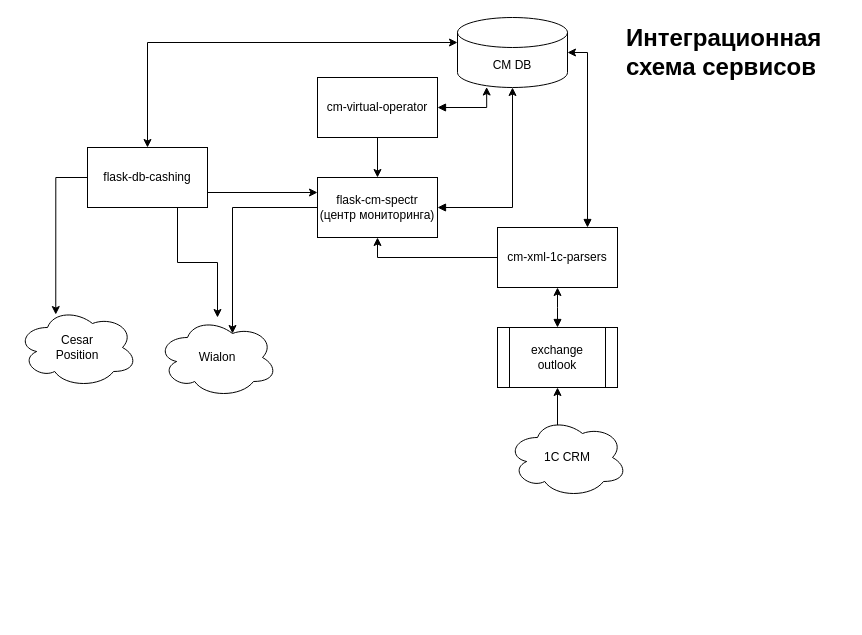
KiraPixel/flask-cm-spectr keeps this draw.io diagram as CM.drawio. Above is the earlier version. Source tidied: cells renumbered, new cells numbered last; positions are measured from the earlier drawing's top-left corner, leaving out a move shared by most shapes. Both pictures are drawn from the tidied source at 100%, with x=0, y=0 at pixel (17, 17).
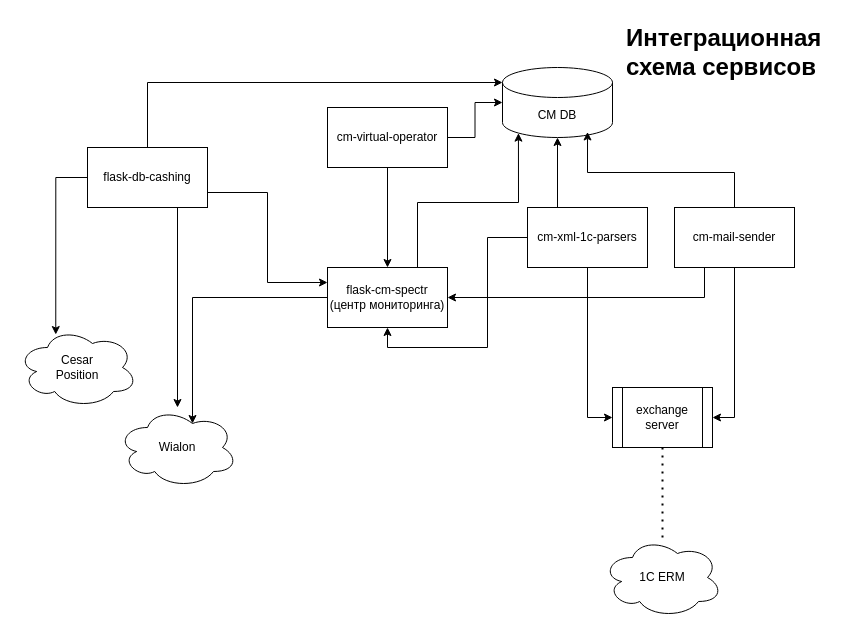
The same diagram, later.

The change refers to these unchanged cells:
```xml
<mxCell id="8" value="flask-db-cashing" style="rounded=0;whiteSpace=wrap;html=1;" parent="1" vertex="1">
  <mxGeometry x="70" y="130" width="120" height="60" as="geometry" />
</mxCell>
```

The edit, as a diff of the source:
```diff
@@
     <mxCell id="2" value="flask-cm-spectr&lt;br&gt;(центр мониторинга)" style="rounded=0;whiteSpace=wrap;html=1;" parent="1" vertex="1">
-      <mxGeometry x="300" y="160" width="120" height="60" as="geometry" />
+      <mxGeometry x="310" y="250" width="120" height="60" as="geometry" />
     </mxCell>
     <mxCell id="3" value="CM DB" style="shape=cylinder3;whiteSpace=wrap;html=1;boundedLbl=1;backgroundOutline=1;size=15;" parent="1" vertex="1">
-      <mxGeometry x="440" width="110" height="70" as="geometry" />
+      <mxGeometry x="485" y="50" width="110" height="70" as="geometry" />
     </mxCell>
@@
     <mxCell id="5" value="cm-virtual-operator" style="rounded=0;whiteSpace=wrap;html=1;" parent="1" vertex="1">
-      <mxGeometry x="300" y="60" width="120" height="60" as="geometry" />
+      <mxGeometry x="310" y="90" width="120" height="60" as="geometry" />
     </mxCell>
@@
+    <mxCell id="17" style="edgeStyle=orthogonalEdgeStyle;rounded=0;jettySize=auto;html=1;exitX=0.25;exitY=0;exitDx=0;exitDy=0;" parent="1" edge="1" source="10" target="3">
+      <mxGeometry relative="1" as="geometry" />
+    </mxCell>
+    <mxCell id="24" style="edgeStyle=orthogonalEdgeStyle;rounded=0;jettySize=auto;html=1;exitX=0.5;exitY=1;exitDx=0;exitDy=0;entryX=0;entryY=0.5;entryDx=0;entryDy=0;" parent="1" edge="1" source="10" target="16">
+      <mxGeometry relative="1" as="geometry" />
+    </mxCell>
     <mxCell id="10" value="cm-xml-1c-parsers" style="rounded=0;whiteSpace=wrap;html=1;" parent="1" vertex="1">
-      <mxGeometry x="480" y="210" width="120" height="60" as="geometry" />
+      <mxGeometry x="510" y="190" width="120" height="60" as="geometry" />
     </mxCell>
     <mxCell id="11" value="Wialon" style="ellipse;shape=cloud;whiteSpace=wrap;html=1;" parent="1" vertex="1">
-      <mxGeometry x="140" y="300" width="120" height="80" as="geometry" />
+      <mxGeometry x="100" y="390" width="120" height="80" as="geometry" />
     </mxCell>
     <mxCell id="12" value="Cesar &lt;br&gt;Position" style="ellipse;shape=cloud;whiteSpace=wrap;html=1;" parent="1" vertex="1">
-      <mxGeometry y="290" width="120" height="80" as="geometry" />
+      <mxGeometry y="310" width="120" height="80" as="geometry" />
     </mxCell>
-    <mxCell id="13" style="edgeStyle=orthogonalEdgeStyle;rounded=0;jettySize=auto;html=1;exitX=0.4;exitY=0.1;exitDx=0;exitDy=0;exitPerimeter=0;entryX=0.5;entryY=1;entryDx=0;entryDy=0;" parent="1" edge="1" source="14" target="16">
-      <mxGeometry relative="1" as="geometry" />
-    </mxCell>
-    <mxCell id="14" value="1C CRM" style="ellipse;shape=cloud;whiteSpace=wrap;html=1;" parent="1" vertex="1">
-      <mxGeometry x="490" y="400" width="120" height="80" as="geometry" />
+    <mxCell id="14" value="1C ERM" style="ellipse;shape=cloud;whiteSpace=wrap;html=1;" parent="1" vertex="1">
+      <mxGeometry x="585" y="520" width="120" height="80" as="geometry" />
     </mxCell>
-    <mxCell id="15" style="edgeStyle=orthogonalEdgeStyle;rounded=0;jettySize=auto;html=1;exitX=0.5;exitY=0;exitDx=0;exitDy=0;entryX=0.5;entryY=1;entryDx=0;entryDy=0;startArrow=block;startFill=1;" parent="1" edge="1" source="16" target="10">
-      <mxGeometry relative="1" as="geometry">
-        <Array as="points">
-          <mxPoint x="540" y="290" />
-          <mxPoint x="540" y="290" />
-        </Array>
-      </mxGeometry>
-    </mxCell>
-    <mxCell id="16" value="exchange outlook" style="shape=process;whiteSpace=wrap;html=1;backgroundOutline=1;" parent="1" vertex="1">
-      <mxGeometry x="480" y="310" width="120" height="60" as="geometry" />
+    <mxCell id="16" value="exchange server" style="shape=process;whiteSpace=wrap;html=1;backgroundOutline=1;" parent="1" vertex="1">
+      <mxGeometry x="595" y="370" width="100" height="60" as="geometry" />
     </mxCell>
-    <mxCell id="17" style="edgeStyle=orthogonalEdgeStyle;rounded=0;jettySize=auto;html=1;exitX=0.75;exitY=0;exitDx=0;exitDy=0;entryX=1;entryY=0.5;entryDx=0;entryDy=0;entryPerimeter=0;startArrow=block;startFill=1;" parent="1" edge="1" source="10" target="3">
-      <mxGeometry relative="1" as="geometry" />
-    </mxCell>
-    <mxCell id="18" style="edgeStyle=orthogonalEdgeStyle;rounded=0;jettySize=auto;html=1;exitX=0.5;exitY=0;exitDx=0;exitDy=0;entryX=0;entryY=0;entryDx=0;entryDy=25;entryPerimeter=0;startArrow=classic;startFill=1;" parent="1" edge="1" source="8" target="3">
-      <mxGeometry relative="1" as="geometry" />
-    </mxCell>
-    <mxCell id="19" style="edgeStyle=orthogonalEdgeStyle;rounded=0;jettySize=auto;html=1;exitX=1;exitY=0.5;exitDx=0;exitDy=0;entryX=0.5;entryY=1;entryDx=0;entryDy=0;entryPerimeter=0;startArrow=block;startFill=1;" parent="1" edge="1" source="2" target="3">
-      <mxGeometry relative="1" as="geometry" />
-    </mxCell>
-    <mxCell id="20" style="edgeStyle=orthogonalEdgeStyle;rounded=0;jettySize=auto;html=1;exitX=1;exitY=0.5;exitDx=0;exitDy=0;entryX=0.265;entryY=0.993;entryDx=0;entryDy=0;entryPerimeter=0;startArrow=block;startFill=1;" parent="1" edge="1" source="5" target="3">
-      <mxGeometry relative="1" as="geometry" />
-    </mxCell>
@@
+    <mxCell id="18" style="edgeStyle=orthogonalEdgeStyle;rounded=0;jettySize=auto;html=1;exitX=0.5;exitY=0;exitDx=0;exitDy=0;entryX=0;entryY=0;entryDx=0;entryDy=15;entryPerimeter=0;" parent="1" edge="1" source="8" target="3">
+      <mxGeometry relative="1" as="geometry" />
+    </mxCell>
+    <mxCell id="20" style="edgeStyle=orthogonalEdgeStyle;rounded=0;jettySize=auto;html=1;exitX=1;exitY=0.5;exitDx=0;exitDy=0;entryX=0;entryY=0.5;entryDx=0;entryDy=0;entryPerimeter=0;" parent="1" edge="1" source="5" target="3">
+      <mxGeometry relative="1" as="geometry" />
+    </mxCell>
+    <mxCell id="25" style="edgeStyle=orthogonalEdgeStyle;rounded=0;jettySize=auto;html=1;exitX=0.25;exitY=1;exitDx=0;exitDy=0;" parent="1" edge="1" source="27" target="2">
+      <mxGeometry relative="1" as="geometry" />
+    </mxCell>
+    <mxCell id="26" style="edgeStyle=orthogonalEdgeStyle;rounded=0;jettySize=auto;html=1;exitX=0.5;exitY=1;exitDx=0;exitDy=0;entryX=1;entryY=0.5;entryDx=0;entryDy=0;" parent="1" edge="1" source="27" target="16">
+      <mxGeometry relative="1" as="geometry" />
+    </mxCell>
+    <mxCell id="27" value="cm-mail-sender" style="rounded=0;whiteSpace=wrap;html=1;" parent="1" vertex="1">
+      <mxGeometry x="657" y="190" width="120" height="60" as="geometry" />
+    </mxCell>
+    <mxCell id="19" style="edgeStyle=orthogonalEdgeStyle;rounded=0;jettySize=auto;html=1;exitX=0.75;exitY=0;exitDx=0;exitDy=0;entryX=0.145;entryY=1;entryDx=0;entryDy=-4.35;entryPerimeter=0;" parent="1" edge="1" source="2" target="3">
+      <mxGeometry relative="1" as="geometry" />
+    </mxCell>
+    <mxCell id="28" style="edgeStyle=orthogonalEdgeStyle;rounded=0;jettySize=auto;html=1;exitX=0.5;exitY=0;exitDx=0;exitDy=0;entryX=0.773;entryY=0.921;entryDx=0;entryDy=0;entryPerimeter=0;" parent="1" edge="1" source="27" target="3">
+      <mxGeometry relative="1" as="geometry" />
+    </mxCell>
+    <mxCell id="13" style="endArrow=none;dashed=1;html=1;dashPattern=1 3;strokeWidth=2;rounded=0;entryX=0.5;entryY=1;entryDx=0;entryDy=0;" parent="1" edge="1" source="14" target="16">
+      <mxGeometry relative="1" as="geometry" />
+    </mxCell>
```
